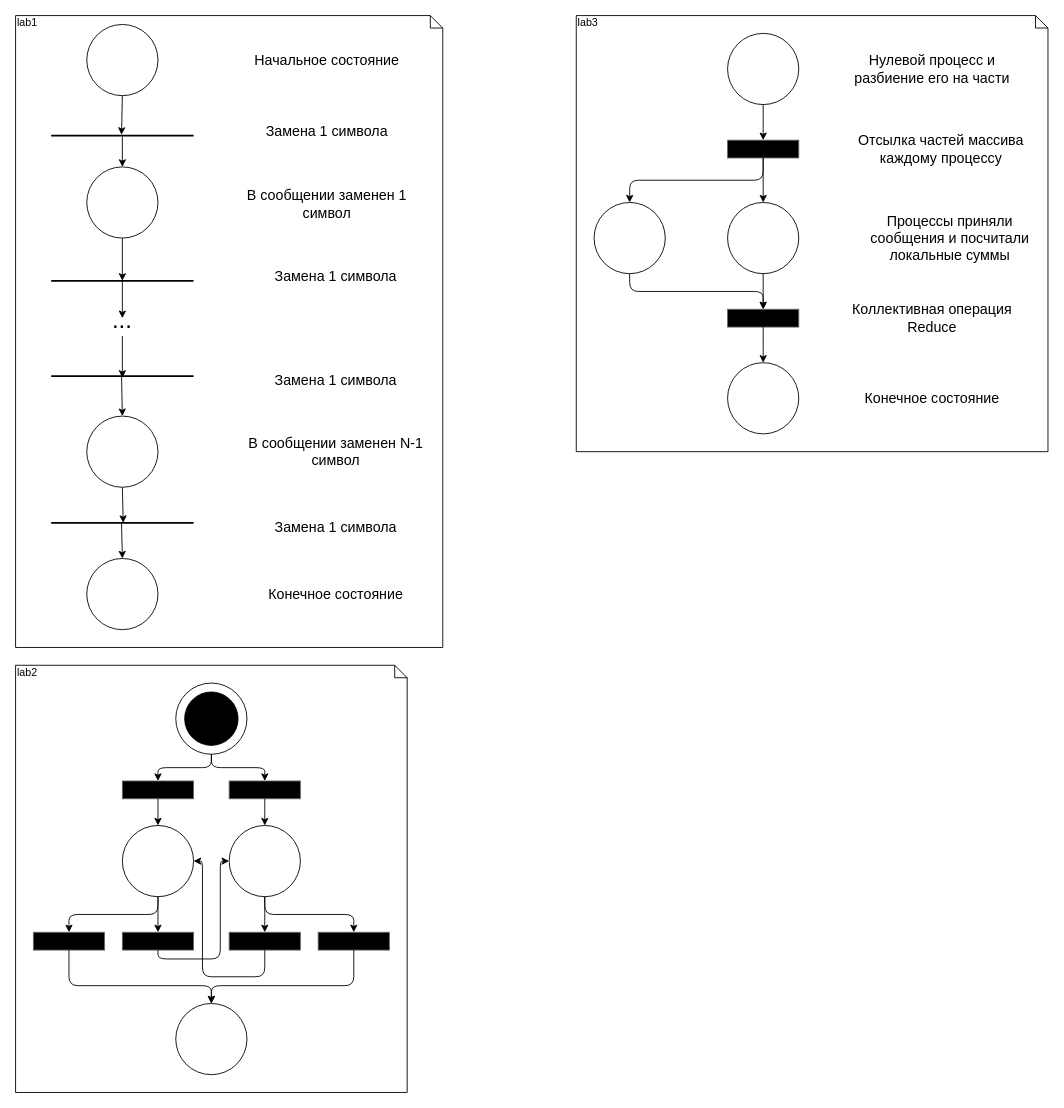
Xtail96/LETI_PARALLEL_LABS keeps this draw.io diagram as ParallelLabs.drawio. Above is the earlier version. Source tidied: cells renumbered, new cells numbered last; positions are measured from the earlier drawing's top-left corner, leaving out a move shared by most shapes. Both pictures are drawn from the tidied source at 89%, with x=0, y=0 at pixel (15, 15).
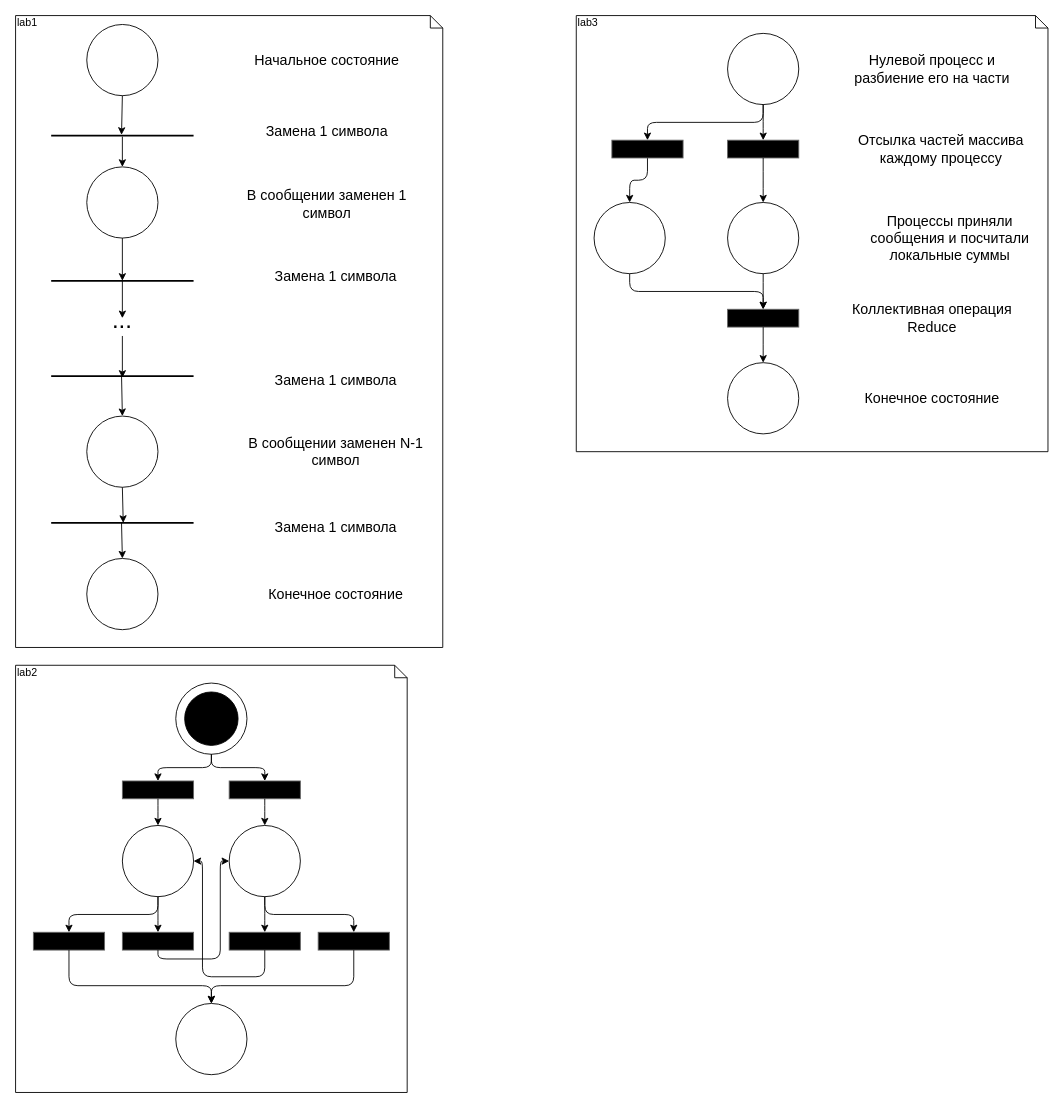
After the change.

The change refers to these unchanged cells:
```xml
<mxCell id="56" style="ellipse;whiteSpace=wrap;html=1;" parent="54" vertex="1">
  <mxGeometry x="170" y="20" width="80" height="80" as="geometry" />
</mxCell>
<mxCell id="57" style="rounded=0;whiteSpace=wrap;html=1;fillColor=#000000;strokeColor=#666666;fontColor=#333333;" parent="54" vertex="1">
  <mxGeometry x="170" y="140" width="80" height="20" as="geometry" />
</mxCell>
<mxCell id="58" style="ellipse;whiteSpace=wrap;html=1;" parent="54" vertex="1">
  <mxGeometry x="20" y="210" width="80" height="80" as="geometry" />
</mxCell>
```

The edit, as a diff of the source:
```diff
@@
+    <mxCell id="73" style="group;" parent="1" vertex="1">
+      <mxGeometry x="630" width="530" height="490" as="geometry" />
+    </mxCell>
-    <mxCell id="54" style="group;" parent="1" vertex="1">
-      <mxGeometry x="630" width="530" height="490" as="geometry" />
+    <mxCell id="54" style="group;" parent="73" vertex="1">
+      <mxGeometry width="530" height="490" as="geometry" />
     </mxCell>
@@
-    <mxCell id="64" style="edgeStyle=elbowEdgeStyle;elbow=vertical;endArrow=classic;html=1;exitX=0.5;exitY=1;exitDx=0;exitDy=0;entryX=0.5;entryY=0;entryDx=0;entryDy=0;" parent="54" edge="1" source="57" target="58">
+    <mxCell id="64" style="edgeStyle=elbowEdgeStyle;elbow=vertical;endArrow=classic;html=1;exitX=0.5;exitY=1;exitDx=0;exitDy=0;entryX=0.5;entryY=0;entryDx=0;entryDy=0;" parent="54" edge="1" source="74" target="58">
       <mxGeometry relative="1" as="geometry" />
     </mxCell>
@@
+    <mxCell id="74" style="rounded=0;whiteSpace=wrap;html=1;fillColor=#000000;strokeColor=#666666;fontColor=#333333;" parent="54" vertex="1">
+      <mxGeometry x="40" y="140" width="80" height="20" as="geometry" />
+    </mxCell>
+    <mxCell id="75" style="edgeStyle=elbowEdgeStyle;elbow=vertical;endArrow=classic;html=1;entryX=0.5;entryY=0;entryDx=0;entryDy=0;exitX=0.5;exitY=1;exitDx=0;exitDy=0;" parent="54" edge="1" source="56" target="74">
+      <mxGeometry relative="1" as="geometry" />
+    </mxCell>
```
